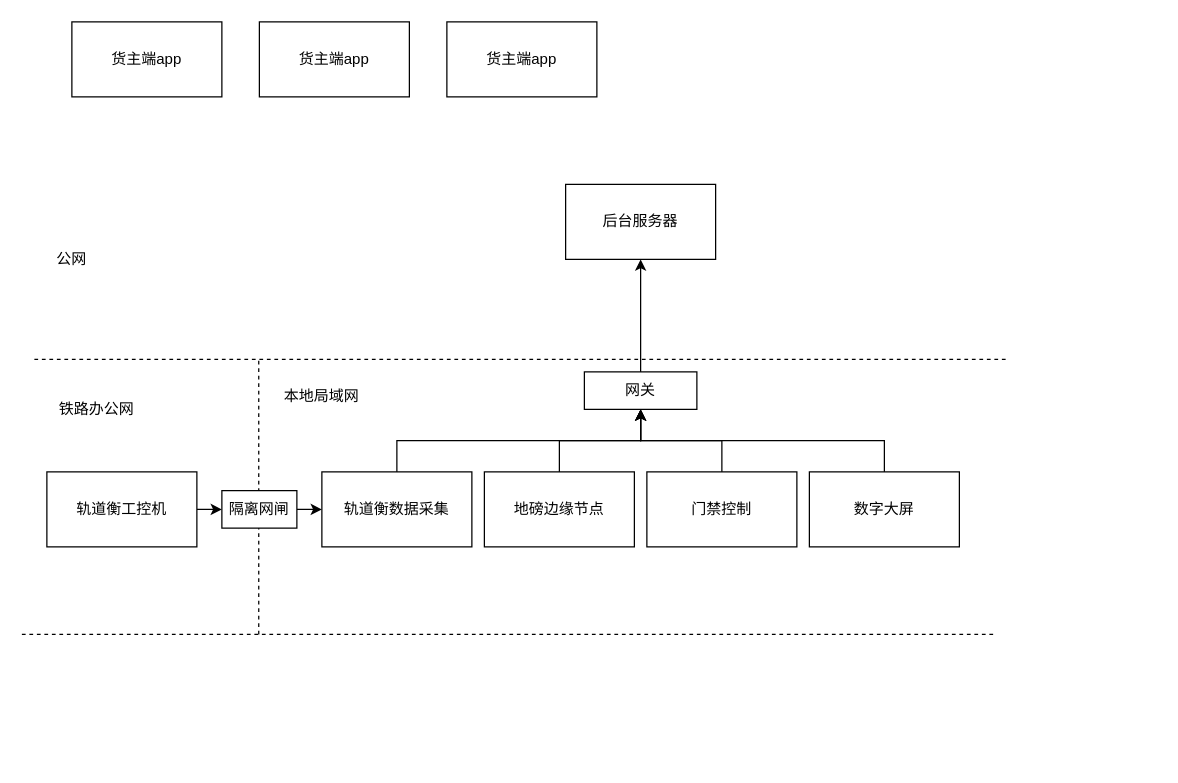
This is 平原物流网路拓扑.drawio from lipeng260/drawio, a draw.io file, before an edit. Source tidied: cells renumbered, new cells numbered last; positions are measured from the earlier drawing's top-left corner, leaving out a move shared by most shapes. Both pictures are drawn from the tidied source at 125%, with x=0, y=0 at pixel (21, 21).
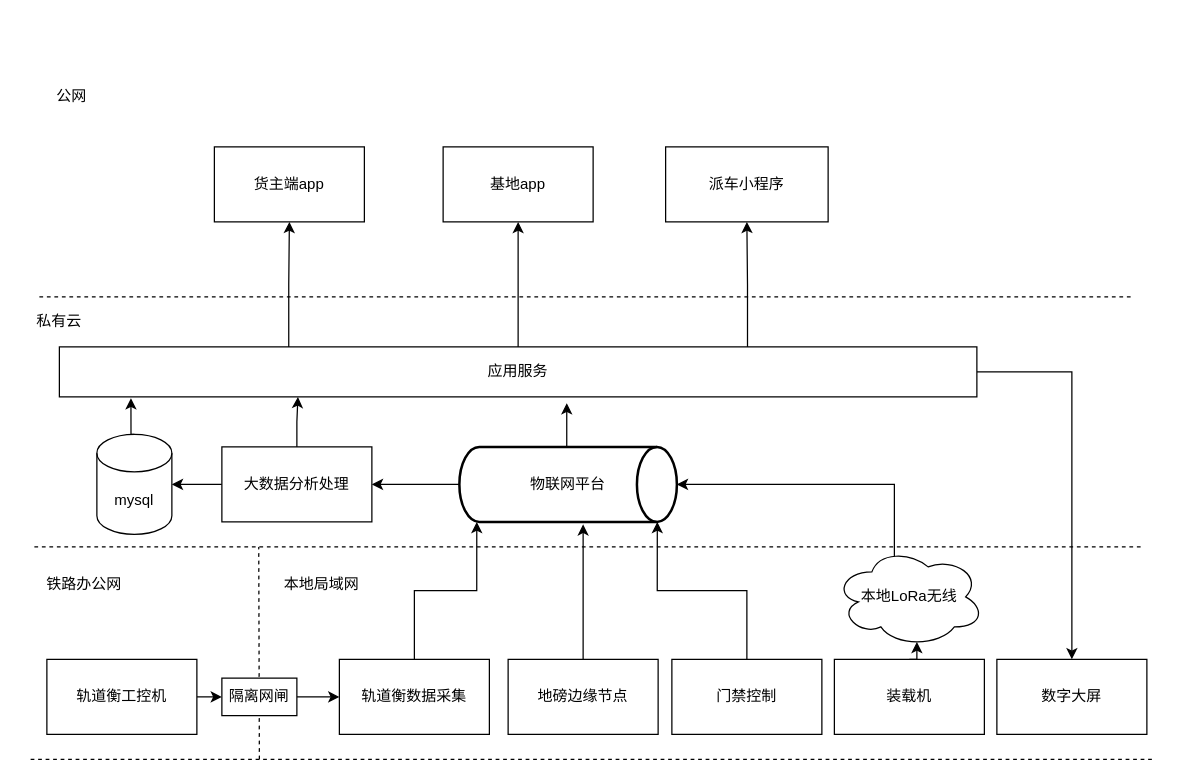
The same diagram, later.

Commit message (it also covers changes not shown here):
Update 平原物流网路拓扑.drawio

Change to the diagram source:
```diff
@@
-    <mxCell id="2" value="后台服务器" style="rounded=0;whiteSpace=wrap;html=1;" parent="1" vertex="1">
-      <mxGeometry x="435" y="130" width="120" height="60" as="geometry" />
-    </mxCell>
     <mxCell id="3" style="endArrow=none;dashed=1;html=1;" parent="1" edge="1">
       <mxGeometry relative="1" as="geometry">
-        <mxPoint x="10" y="270" as="sourcePoint" />
-        <mxPoint x="790" y="270" as="targetPoint" />
+        <mxPoint x="10" y="420" as="sourcePoint" />
+        <mxPoint x="895" y="420" as="targetPoint" />
       </mxGeometry>
     </mxCell>
-    <mxCell id="4" value="公网" style="text;html=1;strokeColor=none;fillColor=none;align=center;verticalAlign=middle;whiteSpace=wrap;rounded=0;" parent="1" vertex="1">
-      <mxGeometry x="20" y="180" width="40" height="20" as="geometry" />
+    <mxCell id="4" value="私有云" style="text;html=1;strokeColor=none;fillColor=none;align=center;verticalAlign=middle;whiteSpace=wrap;rounded=0;" parent="1" vertex="1">
+      <mxGeometry x="10" y="230" width="40" height="20" as="geometry" />
     </mxCell>
     <mxCell id="5" value="铁路办公网" style="text;html=1;strokeColor=none;fillColor=none;align=center;verticalAlign=middle;whiteSpace=wrap;rounded=0;" parent="1" vertex="1">
-      <mxGeometry x="20" y="300" width="80" height="20" as="geometry" />
+      <mxGeometry x="10" y="440" width="80" height="20" as="geometry" />
     </mxCell>
     <mxCell id="6" style="endArrow=none;dashed=1;html=1;" parent="1" edge="1">
       <mxGeometry relative="1" as="geometry">
-        <mxPoint y="490" as="sourcePoint" />
-        <mxPoint x="780" y="490" as="targetPoint" />
+        <mxPoint x="7" y="590" as="sourcePoint" />
+        <mxPoint x="906" y="590" as="targetPoint" />
       </mxGeometry>
     </mxCell>
     <mxCell id="7" value="本地局域网" style="text;html=1;strokeColor=none;fillColor=none;align=center;verticalAlign=middle;whiteSpace=wrap;rounded=0;" parent="1" vertex="1">
-      <mxGeometry x="200" y="290" width="80" height="20" as="geometry" />
+      <mxGeometry x="200" y="440" width="80" height="20" as="geometry" />
     </mxCell>
     <mxCell id="8" style="endArrow=none;dashed=1;html=1;" parent="1" edge="1">
       <mxGeometry relative="1" as="geometry">
-        <mxPoint x="189.5" y="490" as="sourcePoint" />
-        <mxPoint x="189.5" y="270" as="targetPoint" />
+        <mxPoint x="190" y="590" as="sourcePoint" />
+        <mxPoint x="189.5" y="420" as="targetPoint" />
       </mxGeometry>
     </mxCell>
-    <mxCell id="9" style="edgeStyle=orthogonalEdgeStyle;rounded=0;jettySize=auto;html=1;exitX=0.5;exitY=0;exitDx=0;exitDy=0;entryX=0.5;entryY=1;entryDx=0;entryDy=0;" parent="1" edge="1" source="10" target="21">
-      <mxGeometry relative="1" as="geometry" />
-    </mxCell>
+    <mxCell id="26" style="edgeStyle=orthogonalEdgeStyle;rounded=0;jettySize=auto;html=1;exitX=0.5;exitY=0;exitDx=0;exitDy=0;entryX=0.569;entryY=1.033;entryDx=0;entryDy=0;entryPerimeter=0;" parent="1" edge="1" source="10" target="40">
+      <mxGeometry relative="1" as="geometry" />
+    </mxCell>
     <mxCell id="10" value="地磅边缘节点" style="rounded=0;whiteSpace=wrap;html=1;" parent="1" vertex="1">
-      <mxGeometry x="370" y="360" width="120" height="60" as="geometry" />
+      <mxGeometry x="389" y="510" width="120" height="60" as="geometry" />
     </mxCell>
@@
     <mxCell id="12" value="轨道衡工控机" style="rounded=0;whiteSpace=wrap;html=1;" parent="1" vertex="1">
-      <mxGeometry x="20" y="360" width="120" height="60" as="geometry" />
+      <mxGeometry x="20" y="510" width="120" height="60" as="geometry" />
     </mxCell>
-    <mxCell id="13" style="edgeStyle=orthogonalEdgeStyle;rounded=0;jettySize=auto;html=1;exitX=0.5;exitY=0;exitDx=0;exitDy=0;entryX=0.5;entryY=1;entryDx=0;entryDy=0;" parent="1" edge="1" source="14" target="21">
-      <mxGeometry relative="1" as="geometry" />
-    </mxCell>
+    <mxCell id="27" style="edgeStyle=orthogonalEdgeStyle;rounded=0;jettySize=auto;html=1;exitX=0.5;exitY=0;exitDx=0;exitDy=0;entryX=0.08;entryY=1;entryDx=0;entryDy=0;entryPerimeter=0;" parent="1" edge="1" source="14" target="40">
+      <mxGeometry relative="1" as="geometry" />
+    </mxCell>
     <mxCell id="14" value="轨道衡数据采集" style="rounded=0;whiteSpace=wrap;html=1;" parent="1" vertex="1">
-      <mxGeometry x="240" y="360" width="120" height="60" as="geometry" />
+      <mxGeometry x="254" y="510" width="120" height="60" as="geometry" />
     </mxCell>
@@
     <mxCell id="16" value="隔离网闸" style="rounded=0;whiteSpace=wrap;html=1;" parent="1" vertex="1">
-      <mxGeometry x="160" y="375" width="60" height="30" as="geometry" />
+      <mxGeometry x="160" y="525" width="60" height="30" as="geometry" />
     </mxCell>
     <mxCell id="17" value="货主端app" style="rounded=0;whiteSpace=wrap;html=1;" parent="1" vertex="1">
-      <mxGeometry x="40" width="120" height="60" as="geometry" />
+      <mxGeometry x="154" y="100" width="120" height="60" as="geometry" />
     </mxCell>
-    <mxCell id="18" value="货主端app" style="rounded=0;whiteSpace=wrap;html=1;" parent="1" vertex="1">
-      <mxGeometry x="190" width="120" height="60" as="geometry" />
+    <mxCell id="18" value="基地app" style="rounded=0;whiteSpace=wrap;html=1;" parent="1" vertex="1">
+      <mxGeometry x="337" y="100" width="120" height="60" as="geometry" />
     </mxCell>
-    <mxCell id="19" value="货主端app" style="rounded=0;whiteSpace=wrap;html=1;" parent="1" vertex="1">
-      <mxGeometry x="340" width="120" height="60" as="geometry" />
+    <mxCell id="19" value="派车小程序" style="rounded=0;whiteSpace=wrap;html=1;" parent="1" vertex="1">
+      <mxGeometry x="515" y="100" width="130" height="60" as="geometry" />
     </mxCell>
-    <mxCell id="20" style="edgeStyle=orthogonalEdgeStyle;rounded=0;jettySize=auto;html=1;exitX=0.5;exitY=0;exitDx=0;exitDy=0;" parent="1" edge="1" source="21" target="2">
-      <mxGeometry relative="1" as="geometry" />
-    </mxCell>
-    <mxCell id="21" value="网关" style="rounded=0;whiteSpace=wrap;html=1;" parent="1" vertex="1">
-      <mxGeometry x="450" y="280" width="90" height="30" as="geometry" />
-    </mxCell>
-    <mxCell id="22" style="edgeStyle=orthogonalEdgeStyle;rounded=0;jettySize=auto;html=1;exitX=0.5;exitY=0;exitDx=0;exitDy=0;" parent="1" edge="1" source="23" target="21">
-      <mxGeometry relative="1" as="geometry" />
-    </mxCell>
+    <mxCell id="28" style="edgeStyle=orthogonalEdgeStyle;rounded=0;jettySize=auto;html=1;exitX=0.5;exitY=0;exitDx=0;exitDy=0;entryX=0.91;entryY=1;entryDx=0;entryDy=0;entryPerimeter=0;" parent="1" edge="1" source="23" target="40">
+      <mxGeometry relative="1" as="geometry" />
+    </mxCell>
     <mxCell id="23" value="门禁控制" style="rounded=0;whiteSpace=wrap;html=1;" parent="1" vertex="1">
-      <mxGeometry x="500" y="360" width="120" height="60" as="geometry" />
+      <mxGeometry x="520" y="510" width="120" height="60" as="geometry" />
     </mxCell>
-    <mxCell id="24" style="edgeStyle=orthogonalEdgeStyle;rounded=0;jettySize=auto;html=1;exitX=0.5;exitY=0;exitDx=0;exitDy=0;entryX=0.5;entryY=1;entryDx=0;entryDy=0;" parent="1" edge="1" source="25" target="21">
-      <mxGeometry relative="1" as="geometry" />
-    </mxCell>
     <mxCell id="25" value="数字大屏" style="rounded=0;whiteSpace=wrap;html=1;" parent="1" vertex="1">
-      <mxGeometry x="630" y="360" width="120" height="60" as="geometry" />
+      <mxGeometry x="780" y="510" width="120" height="60" as="geometry" />
     </mxCell>
+    <mxCell id="29" style="endArrow=none;dashed=1;html=1;" parent="1" edge="1">
+      <mxGeometry relative="1" as="geometry">
+        <mxPoint x="14" y="220" as="sourcePoint" />
+        <mxPoint x="890" y="220" as="targetPoint" />
+      </mxGeometry>
+    </mxCell>
+    <mxCell id="30" style="edgeStyle=orthogonalEdgeStyle;rounded=0;jettySize=auto;html=1;exitX=0;exitY=0.5;exitDx=0;exitDy=0;entryX=1;entryY=0.5;entryDx=0;entryDy=0;entryPerimeter=0;" parent="1" edge="1" source="32" target="42">
+      <mxGeometry relative="1" as="geometry" />
+    </mxCell>
+    <mxCell id="31" style="edgeStyle=orthogonalEdgeStyle;rounded=0;jettySize=auto;html=1;exitX=0.5;exitY=0;exitDx=0;exitDy=0;entryX=0.26;entryY=1;entryDx=0;entryDy=0;entryPerimeter=0;" parent="1" edge="1" source="32" target="37">
+      <mxGeometry relative="1" as="geometry" />
+    </mxCell>
+    <mxCell id="32" value="大数据分析处理" style="rounded=0;whiteSpace=wrap;html=1;" parent="1" vertex="1">
+      <mxGeometry x="160" y="340" width="120" height="60" as="geometry" />
+    </mxCell>
+    <mxCell id="33" style="edgeStyle=orthogonalEdgeStyle;rounded=0;jettySize=auto;html=1;exitX=1;exitY=0.5;exitDx=0;exitDy=0;" parent="1" edge="1" source="37" target="25">
+      <mxGeometry relative="1" as="geometry" />
+    </mxCell>
+    <mxCell id="34" style="edgeStyle=orthogonalEdgeStyle;rounded=0;jettySize=auto;html=1;exitX=0.25;exitY=0;exitDx=0;exitDy=0;entryX=0.5;entryY=1;entryDx=0;entryDy=0;" parent="1" edge="1" source="37" target="17">
+      <mxGeometry relative="1" as="geometry" />
+    </mxCell>
+    <mxCell id="35" style="edgeStyle=orthogonalEdgeStyle;rounded=0;jettySize=auto;html=1;exitX=0.5;exitY=0;exitDx=0;exitDy=0;entryX=0.5;entryY=1;entryDx=0;entryDy=0;" parent="1" edge="1" source="37" target="18">
+      <mxGeometry relative="1" as="geometry" />
+    </mxCell>
+    <mxCell id="36" style="edgeStyle=orthogonalEdgeStyle;rounded=0;jettySize=auto;html=1;exitX=0.75;exitY=0;exitDx=0;exitDy=0;entryX=0.5;entryY=1;entryDx=0;entryDy=0;" parent="1" edge="1" source="37" target="19">
+      <mxGeometry relative="1" as="geometry" />
+    </mxCell>
+    <mxCell id="37" value="应用服务" style="rounded=0;whiteSpace=wrap;html=1;" parent="1" vertex="1">
+      <mxGeometry x="30" y="260" width="734" height="40" as="geometry" />
+    </mxCell>
+    <mxCell id="38" style="edgeStyle=orthogonalEdgeStyle;rounded=0;jettySize=auto;html=1;exitX=0;exitY=0.5;exitDx=0;exitDy=0;exitPerimeter=0;entryX=1;entryY=0.5;entryDx=0;entryDy=0;" parent="1" edge="1" source="40" target="32">
+      <mxGeometry relative="1" as="geometry" />
+    </mxCell>
+    <mxCell id="39" style="edgeStyle=orthogonalEdgeStyle;rounded=0;jettySize=auto;html=1;exitX=0.5;exitY=0;exitDx=0;exitDy=0;exitPerimeter=0;entryX=0.553;entryY=1.125;entryDx=0;entryDy=0;entryPerimeter=0;" parent="1" edge="1" source="40" target="37">
+      <mxGeometry relative="1" as="geometry" />
+    </mxCell>
+    <mxCell id="40" value="物联网平台" style="strokeWidth=2;html=1;shape=mxgraph.flowchart.direct_data;whiteSpace=wrap;" parent="1" vertex="1">
+      <mxGeometry x="350" y="340" width="174" height="60" as="geometry" />
+    </mxCell>
+    <mxCell id="41" style="edgeStyle=orthogonalEdgeStyle;rounded=0;jettySize=auto;html=1;exitX=0.5;exitY=0;exitDx=0;exitDy=0;exitPerimeter=0;entryX=0.078;entryY=1.025;entryDx=0;entryDy=0;entryPerimeter=0;" parent="1" edge="1" source="42" target="37">
+      <mxGeometry relative="1" as="geometry" />
+    </mxCell>
+    <mxCell id="42" value="mysql" style="shape=cylinder3;whiteSpace=wrap;html=1;boundedLbl=1;backgroundOutline=1;size=15;" parent="1" vertex="1">
+      <mxGeometry x="60" y="330" width="60" height="80" as="geometry" />
+    </mxCell>
+    <mxCell id="43" value="公网" style="text;html=1;strokeColor=none;fillColor=none;align=center;verticalAlign=middle;whiteSpace=wrap;rounded=0;" parent="1" vertex="1">
+      <mxGeometry x="20" y="50" width="40" height="20" as="geometry" />
+    </mxCell>
+    <mxCell id="44" style="edgeStyle=orthogonalEdgeStyle;rounded=0;jettySize=auto;html=1;exitX=0.5;exitY=0;exitDx=0;exitDy=0;entryX=0.55;entryY=0.95;entryDx=0;entryDy=0;entryPerimeter=0;" parent="1" edge="1" source="45" target="47">
+      <mxGeometry relative="1" as="geometry" />
+    </mxCell>
+    <mxCell id="45" value="装载机" style="rounded=0;whiteSpace=wrap;html=1;" parent="1" vertex="1">
+      <mxGeometry x="650" y="510" width="120" height="60" as="geometry" />
+    </mxCell>
+    <mxCell id="46" style="edgeStyle=orthogonalEdgeStyle;rounded=0;jettySize=auto;html=1;exitX=0.4;exitY=0.1;exitDx=0;exitDy=0;exitPerimeter=0;entryX=1;entryY=0.5;entryDx=0;entryDy=0;entryPerimeter=0;" parent="1" edge="1" source="47" target="40">
+      <mxGeometry relative="1" as="geometry">
+        <Array as="points">
+          <mxPoint x="698" y="370" />
+        </Array>
+      </mxGeometry>
+    </mxCell>
+    <mxCell id="47" value="本地LoRa无线" style="ellipse;shape=cloud;whiteSpace=wrap;html=1;" parent="1" vertex="1">
+      <mxGeometry x="650" y="420" width="120" height="80" as="geometry" />
+    </mxCell>
```
